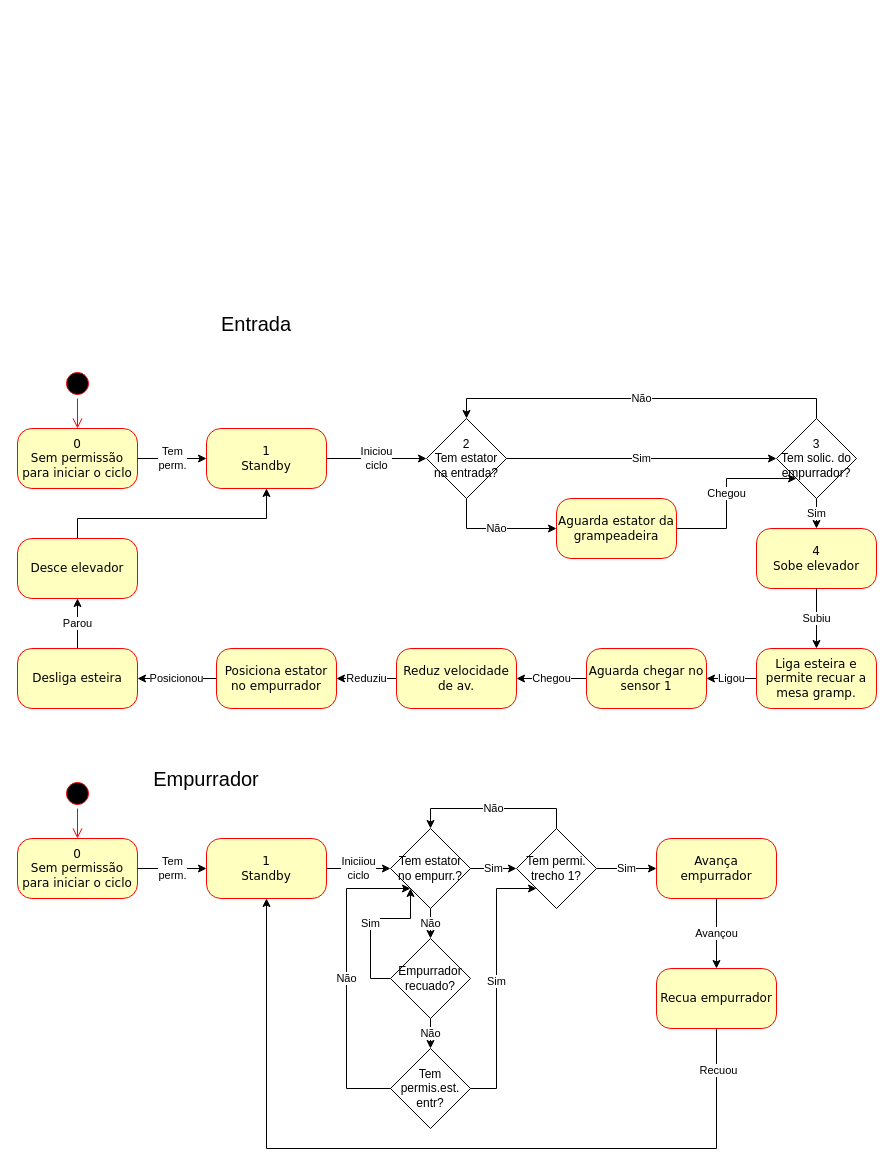
Earlier version of the draw.io diagram page "Esteira" (1 of 6) of M05765N01_GrampeadeiraG33.drawio (JonanMuller/WEGDiagrams). Source tidied: cells renumbered, new cells numbered last; positions are measured from the earlier drawing's top-left corner, leaving out a move shared by most shapes. Both pictures are drawn from the tidied source at 100%, with x=0, y=0 at pixel (17, 308).
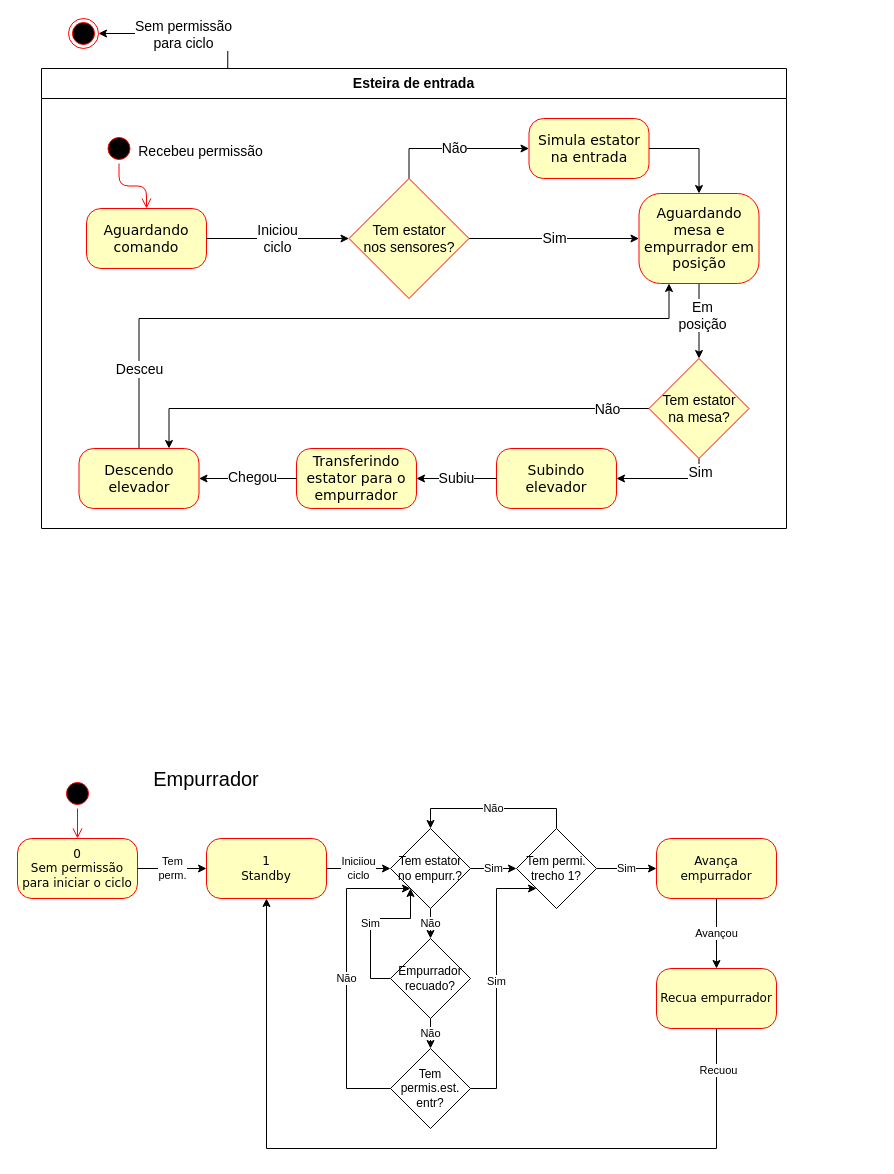
Above is the later version.

Change to the diagram source:
```diff
@@
-    <mxCell id="2" value="Entrada" style="text;html=1;strokeColor=none;fillColor=none;align=center;verticalAlign=middle;whiteSpace=wrap;rounded=0;fontSize=20;" parent="1" vertex="1">
-      <mxGeometry x="179" width="120" height="30" as="geometry" />
-    </mxCell>
-    <mxCell id="3" style="ellipse;html=1;shape=startState;fillColor=#000000;strokeColor=#ff0000;rounded=1;shadow=0;comic=0;labelBackgroundColor=none;fontFamily=Verdana;fontSize=12;fontColor=#000000;align=center;direction=south;" parent="1" vertex="1">
-      <mxGeometry x="45" y="60" width="30" height="30" as="geometry" />
-    </mxCell>
-    <mxCell id="4" value="0&lt;br&gt;Sem permissão para iniciar o ciclo" style="rounded=1;whiteSpace=wrap;html=1;arcSize=24;fillColor=#ffffc0;strokeColor=#ff0000;shadow=0;comic=0;labelBackgroundColor=none;fontFamily=Verdana;fontSize=12;fontColor=#000000;align=center;" parent="1" vertex="1">
-      <mxGeometry y="120" width="120" height="60" as="geometry" />
-    </mxCell>
-    <mxCell id="5" value="Iniciou&lt;br&gt;ciclo" style="edgeStyle=orthogonalEdgeStyle;rounded=0;jettySize=auto;html=1;exitX=1;exitY=0.5;exitDx=0;exitDy=0;entryX=0;entryY=0.5;entryDx=0;entryDy=0;" parent="1" edge="1" source="6" target="11">
-      <mxGeometry relative="1" as="geometry" />
-    </mxCell>
-    <mxCell id="6" value="1&lt;br&gt;Standby" style="rounded=1;whiteSpace=wrap;html=1;arcSize=24;fillColor=#ffffc0;strokeColor=#ff0000;shadow=0;comic=0;labelBackgroundColor=none;fontFamily=Verdana;fontSize=12;fontColor=#000000;align=center;" parent="1" vertex="1">
-      <mxGeometry x="189" y="120" width="120" height="60" as="geometry" />
-    </mxCell>
-    <mxCell id="7" value="Tem&lt;br&gt;perm." style="edgeStyle=orthogonalEdgeStyle;rounded=0;jettySize=auto;html=1;" parent="1" edge="1" source="4" target="6">
-      <mxGeometry relative="1" as="geometry" />
-    </mxCell>
-    <mxCell id="8" style="edgeStyle=orthogonalEdgeStyle;html=1;labelBackgroundColor=none;endArrow=open;endSize=8;strokeColor=#ff0000;fontFamily=Verdana;fontSize=12;align=left;entryX=0.5;entryY=0;entryDx=0;entryDy=0;" parent="1" edge="1" source="3" target="4">
-      <mxGeometry relative="1" as="geometry" />
-    </mxCell>
-    <mxCell id="9" value="Sim" style="edgeStyle=orthogonalEdgeStyle;rounded=0;jettySize=auto;html=1;" parent="1" edge="1" source="11" target="14">
-      <mxGeometry relative="1" as="geometry" />
-    </mxCell>
-    <mxCell id="10" value="Não" style="edgeStyle=orthogonalEdgeStyle;rounded=0;jettySize=auto;html=1;exitX=0.5;exitY=1;exitDx=0;exitDy=0;entryX=0;entryY=0.5;entryDx=0;entryDy=0;" parent="1" edge="1" source="11" target="24">
-      <mxGeometry relative="1" as="geometry" />
-    </mxCell>
-    <mxCell id="11" value="2&lt;br&gt;Tem estator na entrada?" style="rhombus;whiteSpace=wrap;html=1;" parent="1" vertex="1">
-      <mxGeometry x="409" y="110" width="80" height="80" as="geometry" />
-    </mxCell>
-    <mxCell id="12" value="Sim" style="edgeStyle=orthogonalEdgeStyle;rounded=0;jettySize=auto;html=1;exitX=0.5;exitY=1;exitDx=0;exitDy=0;" parent="1" edge="1" source="14" target="15">
-      <mxGeometry relative="1" as="geometry" />
-    </mxCell>
-    <mxCell id="13" value="Não" style="edgeStyle=orthogonalEdgeStyle;rounded=0;jettySize=auto;html=1;exitX=0.5;exitY=0;exitDx=0;exitDy=0;entryX=0.5;entryY=0;entryDx=0;entryDy=0;" parent="1" edge="1" source="14" target="11">
-      <mxGeometry relative="1" as="geometry" />
-    </mxCell>
-    <mxCell id="14" value="3&lt;br&gt;Tem solic. do&lt;br&gt;empurrador?" style="rhombus;whiteSpace=wrap;html=1;" parent="1" vertex="1">
-      <mxGeometry x="759" y="110" width="80" height="80" as="geometry" />
-    </mxCell>
-    <mxCell id="15" value="4&lt;br&gt;Sobe elevador" style="rounded=1;whiteSpace=wrap;html=1;arcSize=24;fillColor=#ffffc0;strokeColor=#ff0000;shadow=0;comic=0;labelBackgroundColor=none;fontFamily=Verdana;fontSize=12;fontColor=#000000;align=center;" parent="1" vertex="1">
-      <mxGeometry x="739" y="220" width="120" height="60" as="geometry" />
-    </mxCell>
-    <mxCell id="16" value="Subiu" style="edgeStyle=orthogonalEdgeStyle;rounded=0;jettySize=auto;html=1;entryX=0.5;entryY=0;entryDx=0;entryDy=0;exitX=0.5;exitY=1;exitDx=0;exitDy=0;" parent="1" edge="1" source="15" target="18">
-      <mxGeometry relative="1" as="geometry" />
-    </mxCell>
-    <mxCell id="17" value="Ligou" style="edgeStyle=orthogonalEdgeStyle;rounded=0;jettySize=auto;html=1;entryX=1;entryY=0.5;entryDx=0;entryDy=0;" parent="1" edge="1" source="18" target="28">
-      <mxGeometry relative="1" as="geometry" />
-    </mxCell>
-    <mxCell id="18" value="Liga esteira e permite recuar a mesa gramp." style="rounded=1;whiteSpace=wrap;html=1;arcSize=24;fillColor=#ffffc0;strokeColor=#ff0000;shadow=0;comic=0;labelBackgroundColor=none;fontFamily=Verdana;fontSize=12;fontColor=#000000;align=center;" parent="1" vertex="1">
-      <mxGeometry x="739" y="340" width="120" height="60" as="geometry" />
-    </mxCell>
-    <mxCell id="19" value="Parou" style="edgeStyle=orthogonalEdgeStyle;rounded=0;jettySize=auto;html=1;exitX=0.5;exitY=0;exitDx=0;exitDy=0;" parent="1" edge="1" source="20" target="22">
-      <mxGeometry relative="1" as="geometry" />
-    </mxCell>
-    <mxCell id="20" value="Desliga esteira" style="rounded=1;whiteSpace=wrap;html=1;arcSize=24;fillColor=#ffffc0;strokeColor=#ff0000;shadow=0;comic=0;labelBackgroundColor=none;fontFamily=Verdana;fontSize=12;fontColor=#000000;align=center;" parent="1" vertex="1">
-      <mxGeometry y="340" width="120" height="60" as="geometry" />
-    </mxCell>
-    <mxCell id="21" style="edgeStyle=orthogonalEdgeStyle;rounded=0;jettySize=auto;html=1;entryX=0.5;entryY=1;entryDx=0;entryDy=0;" parent="1" edge="1" source="22" target="6">
-      <mxGeometry relative="1" as="geometry">
-        <Array as="points">
-          <mxPoint x="60" y="210" />
-          <mxPoint x="249" y="210" />
-        </Array>
-      </mxGeometry>
-    </mxCell>
-    <mxCell id="22" value="Desce elevador" style="rounded=1;whiteSpace=wrap;html=1;arcSize=24;fillColor=#ffffc0;strokeColor=#ff0000;shadow=0;comic=0;labelBackgroundColor=none;fontFamily=Verdana;fontSize=12;fontColor=#000000;align=center;" parent="1" vertex="1">
-      <mxGeometry y="230" width="120" height="60" as="geometry" />
-    </mxCell>
-    <mxCell id="23" value="Chegou" style="edgeStyle=orthogonalEdgeStyle;rounded=0;jettySize=auto;html=1;exitX=1;exitY=0.5;exitDx=0;exitDy=0;entryX=0;entryY=1;entryDx=0;entryDy=0;" parent="1" edge="1" source="24" target="14">
-      <mxGeometry relative="1" as="geometry" />
-    </mxCell>
-    <mxCell id="24" value="Aguarda estator da grampeadeira" style="rounded=1;whiteSpace=wrap;html=1;arcSize=24;fillColor=#ffffc0;strokeColor=#ff0000;shadow=0;comic=0;labelBackgroundColor=none;fontFamily=Verdana;fontSize=12;fontColor=#000000;align=center;" parent="1" vertex="1">
-      <mxGeometry x="539" y="190" width="120" height="60" as="geometry" />
-    </mxCell>
-    <mxCell id="25" value="Reduziu" style="edgeStyle=orthogonalEdgeStyle;rounded=0;jettySize=auto;html=1;" parent="1" edge="1" source="26" target="30">
-      <mxGeometry relative="1" as="geometry" />
-    </mxCell>
-    <mxCell id="26" value="Reduz velocidade de av." style="rounded=1;whiteSpace=wrap;html=1;arcSize=24;fillColor=#ffffc0;strokeColor=#ff0000;shadow=0;comic=0;labelBackgroundColor=none;fontFamily=Verdana;fontSize=12;fontColor=#000000;align=center;" parent="1" vertex="1">
-      <mxGeometry x="379" y="340" width="120" height="60" as="geometry" />
-    </mxCell>
-    <mxCell id="27" value="Chegou" style="edgeStyle=orthogonalEdgeStyle;rounded=0;jettySize=auto;html=1;" parent="1" edge="1" source="28" target="26">
-      <mxGeometry relative="1" as="geometry" />
-    </mxCell>
-    <mxCell id="28" value="Aguarda chegar no sensor 1" style="rounded=1;whiteSpace=wrap;html=1;arcSize=24;fillColor=#ffffc0;strokeColor=#ff0000;shadow=0;comic=0;labelBackgroundColor=none;fontFamily=Verdana;fontSize=12;fontColor=#000000;align=center;" parent="1" vertex="1">
-      <mxGeometry x="569" y="340" width="120" height="60" as="geometry" />
-    </mxCell>
-    <mxCell id="29" value="Posicionou" style="edgeStyle=orthogonalEdgeStyle;rounded=0;jettySize=auto;html=1;" parent="1" edge="1" source="30" target="20">
-      <mxGeometry relative="1" as="geometry" />
-    </mxCell>
-    <mxCell id="30" value="Posiciona estator no empurrador" style="rounded=1;whiteSpace=wrap;html=1;arcSize=24;fillColor=#ffffc0;strokeColor=#ff0000;shadow=0;comic=0;labelBackgroundColor=none;fontFamily=Verdana;fontSize=12;fontColor=#000000;align=center;" parent="1" vertex="1">
-      <mxGeometry x="199" y="340" width="120" height="60" as="geometry" />
-    </mxCell>
@@
+    <mxCell id="55" value="&lt;font style=&quot;font-size: 14px;&quot;&gt;Esteira de entrada&lt;/font&gt;" style="swimlane;whiteSpace=wrap;html=1;startSize=30;" parent="1" vertex="1">
+      <mxGeometry x="24" y="-240" width="745" height="460" as="geometry" />
+    </mxCell>
+    <mxCell id="9" value="&lt;font style=&quot;font-size: 14px;&quot;&gt;Sim&lt;/font&gt;" style="edgeStyle=orthogonalEdgeStyle;rounded=0;jettySize=auto;html=1;exitX=1;exitY=0.5;exitDx=0;exitDy=0;entryX=0;entryY=0.5;entryDx=0;entryDy=0;" parent="55" edge="1" source="63" target="59">
+      <mxGeometry relative="1" as="geometry" />
+    </mxCell>
+    <mxCell id="10" value="&lt;font style=&quot;font-size: 14px;&quot;&gt;Não&lt;/font&gt;" style="edgeStyle=orthogonalEdgeStyle;rounded=0;jettySize=auto;html=1;exitX=0.5;exitY=0;exitDx=0;exitDy=0;entryX=0;entryY=0.5;entryDx=0;entryDy=0;" parent="55" edge="1" source="63" target="24">
+      <mxGeometry relative="1" as="geometry" />
+    </mxCell>
+    <mxCell id="24" value="&lt;font style=&quot;font-size: 14px;&quot;&gt;Simula estator na entrada&lt;/font&gt;" style="rounded=1;whiteSpace=wrap;html=1;arcSize=24;fillColor=#ffffc0;strokeColor=#ff0000;shadow=0;comic=0;labelBackgroundColor=none;fontFamily=Verdana;fontSize=12;fontColor=#000000;align=center;" parent="55" vertex="1">
+      <mxGeometry x="487.5" y="50" width="120" height="60" as="geometry" />
+    </mxCell>
+    <mxCell id="56" style="edgeStyle=orthogonalEdgeStyle;rounded=0;jettySize=auto;html=1;exitX=0.5;exitY=1;exitDx=0;exitDy=0;entryX=1;entryY=0.5;entryDx=0;entryDy=0;" parent="55" edge="1" source="69" target="15">
+      <mxGeometry relative="1" as="geometry" />
+    </mxCell>
+    <mxCell id="12" value="&lt;font style=&quot;font-size: 14px;&quot;&gt;Sim&lt;/font&gt;" style="edgeLabel;html=1;align=center;verticalAlign=middle;" parent="56" vertex="1">
+      <mxGeometry x="-0.75" y="1" relative="1" as="geometry" />
+    </mxCell>
+    <mxCell id="57" style="edgeStyle=orthogonalEdgeStyle;rounded=0;jettySize=auto;html=1;exitX=0.5;exitY=1;exitDx=0;exitDy=0;entryX=0.5;entryY=0;entryDx=0;entryDy=0;" parent="55" edge="1" source="59" target="69">
+      <mxGeometry relative="1" as="geometry" />
+    </mxCell>
+    <mxCell id="58" value="&lt;font style=&quot;font-size: 14px;&quot;&gt;Em&lt;/font&gt;&lt;div&gt;&lt;font style=&quot;font-size: 14px;&quot;&gt;posição&lt;/font&gt;&lt;/div&gt;" style="edgeLabel;html=1;align=center;verticalAlign=middle;" parent="57" vertex="1">
+      <mxGeometry x="-0.39" y="3" relative="1" as="geometry">
+        <mxPoint y="8" as="offset" />
+      </mxGeometry>
+    </mxCell>
+    <mxCell id="59" value="&lt;font style=&quot;font-size: 14px;&quot;&gt;Aguardando&lt;/font&gt;&lt;div&gt;&lt;span style=&quot;font-size: 14px;&quot;&gt;mesa e empurrador em posição&lt;/span&gt;&lt;/div&gt;" style="rounded=1;whiteSpace=wrap;html=1;arcSize=24;fillColor=#ffffc0;strokeColor=#ff0000;shadow=0;comic=0;labelBackgroundColor=none;fontFamily=Verdana;fontSize=12;fontColor=#000000;align=center;" parent="55" vertex="1">
+      <mxGeometry x="597.5" y="125" width="120" height="90" as="geometry" />
+    </mxCell>
+    <mxCell id="60" style="edgeStyle=orthogonalEdgeStyle;rounded=0;jettySize=auto;html=1;exitX=1;exitY=0.5;exitDx=0;exitDy=0;entryX=0.5;entryY=0;entryDx=0;entryDy=0;" parent="55" edge="1" source="24" target="59">
+      <mxGeometry relative="1" as="geometry" />
+    </mxCell>
+    <mxCell id="61" style="edgeStyle=orthogonalEdgeStyle;rounded=0;jettySize=auto;html=1;exitX=0.5;exitY=0;exitDx=0;exitDy=0;entryX=0.25;entryY=1;entryDx=0;entryDy=0;" parent="55" edge="1" source="64" target="59">
+      <mxGeometry relative="1" as="geometry">
+        <Array as="points">
+          <mxPoint x="98" y="250" />
+          <mxPoint x="628" y="250" />
+        </Array>
+      </mxGeometry>
+    </mxCell>
+    <mxCell id="62" value="&lt;font style=&quot;font-size: 14px;&quot;&gt;Desceu&lt;/font&gt;" style="edgeLabel;html=1;align=center;verticalAlign=middle;" parent="61" vertex="1">
+      <mxGeometry x="-0.54" y="-1" relative="1" as="geometry">
+        <mxPoint x="-30" y="49" as="offset" />
+      </mxGeometry>
+    </mxCell>
+    <mxCell id="3" style="ellipse;html=1;shape=startState;fillColor=#000000;strokeColor=#ff0000;rounded=1;shadow=0;comic=0;labelBackgroundColor=none;fontFamily=Verdana;fontSize=12;fontColor=#000000;align=center;direction=south;" parent="55" vertex="1">
+      <mxGeometry x="62.5" y="65" width="30" height="30" as="geometry" />
+    </mxCell>
+    <mxCell id="6" value="&lt;font style=&quot;font-size: 14px;&quot;&gt;Aguardando comando&lt;/font&gt;" style="rounded=1;whiteSpace=wrap;html=1;arcSize=24;fillColor=#ffffc0;strokeColor=#ff0000;shadow=0;comic=0;labelBackgroundColor=none;fontFamily=Verdana;fontSize=12;fontColor=#000000;align=center;" parent="55" vertex="1">
+      <mxGeometry x="45" y="140" width="120" height="60" as="geometry" />
+    </mxCell>
+    <mxCell id="8" style="edgeStyle=orthogonalEdgeStyle;html=1;labelBackgroundColor=none;endArrow=open;endSize=8;strokeColor=#ff0000;fontFamily=Verdana;fontSize=12;align=left;entryX=0.5;entryY=0;entryDx=0;entryDy=0;" parent="55" edge="1" source="3" target="6">
+      <mxGeometry relative="1" as="geometry" />
+    </mxCell>
+    <mxCell id="63" value="&lt;font style=&quot;font-size: 14px;&quot;&gt;Tem estator&lt;/font&gt;&lt;div&gt;&lt;font style=&quot;font-size: 14px;&quot;&gt;nos sensores?&lt;/font&gt;&lt;/div&gt;" style="rhombus;whiteSpace=wrap;html=1;fontColor=#000000;fillColor=#ffffc0;strokeColor=#ff0000;" parent="55" vertex="1">
+      <mxGeometry x="307.5" y="110" width="120" height="120" as="geometry" />
+    </mxCell>
+    <mxCell id="5" value="&lt;font style=&quot;font-size: 14px;&quot;&gt;Iniciou&lt;br&gt;ciclo&lt;/font&gt;" style="edgeStyle=orthogonalEdgeStyle;rounded=0;jettySize=auto;html=1;exitX=1;exitY=0.5;exitDx=0;exitDy=0;entryX=0;entryY=0.5;entryDx=0;entryDy=0;" parent="55" edge="1" source="6" target="63">
+      <mxGeometry relative="1" as="geometry" />
+    </mxCell>
+    <mxCell id="15" value="&lt;font style=&quot;font-size: 14px;&quot;&gt;Subindo elevador&lt;/font&gt;" style="rounded=1;whiteSpace=wrap;html=1;arcSize=24;fillColor=#ffffc0;strokeColor=#ff0000;shadow=0;comic=0;labelBackgroundColor=none;fontFamily=Verdana;fontSize=12;fontColor=#000000;align=center;" parent="55" vertex="1">
+      <mxGeometry x="455" y="380" width="120" height="60" as="geometry" />
+    </mxCell>
+    <mxCell id="18" value="&lt;font style=&quot;font-size: 14px;&quot;&gt;Transferindo estator para o empurrador&lt;/font&gt;" style="rounded=1;whiteSpace=wrap;html=1;arcSize=24;fillColor=#ffffc0;strokeColor=#ff0000;shadow=0;comic=0;labelBackgroundColor=none;fontFamily=Verdana;fontSize=12;fontColor=#000000;align=center;" parent="55" vertex="1">
+      <mxGeometry x="255" y="380" width="120" height="60" as="geometry" />
+    </mxCell>
+    <mxCell id="16" value="&lt;font style=&quot;font-size: 14px;&quot;&gt;Subiu&lt;/font&gt;" style="edgeStyle=orthogonalEdgeStyle;rounded=0;jettySize=auto;html=1;entryX=1;entryY=0.5;entryDx=0;entryDy=0;exitX=0;exitY=0.5;exitDx=0;exitDy=0;" parent="55" edge="1" source="15" target="18">
+      <mxGeometry relative="1" as="geometry" />
+    </mxCell>
+    <mxCell id="64" value="&lt;font style=&quot;font-size: 14px;&quot;&gt;Descendo elevador&lt;/font&gt;" style="rounded=1;whiteSpace=wrap;html=1;arcSize=24;fillColor=#ffffc0;strokeColor=#ff0000;shadow=0;comic=0;labelBackgroundColor=none;fontFamily=Verdana;fontSize=12;fontColor=#000000;align=center;" parent="55" vertex="1">
+      <mxGeometry x="37.5" y="380" width="120" height="60" as="geometry" />
+    </mxCell>
+    <mxCell id="65" style="edgeStyle=orthogonalEdgeStyle;rounded=0;jettySize=auto;html=1;" parent="55" edge="1" source="18" target="64">
+      <mxGeometry relative="1" as="geometry" />
+    </mxCell>
+    <mxCell id="66" value="&lt;span style=&quot;font-size: 14px;&quot;&gt;Chegou&lt;/span&gt;" style="edgeLabel;html=1;align=center;verticalAlign=middle;" parent="65" vertex="1">
+      <mxGeometry x="0.12" y="-2" relative="1" as="geometry">
+        <mxPoint x="10" as="offset" />
+      </mxGeometry>
+    </mxCell>
+    <mxCell id="67" value="&lt;span style=&quot;font-size: 14px;&quot;&gt;Recebeu permissão&lt;/span&gt;" style="edgeLabel;html=1;align=center;verticalAlign=middle;" parent="55" vertex="1">
+      <mxGeometry x="165" y="80" as="geometry">
+        <mxPoint x="-7" y="2" as="offset" />
+      </mxGeometry>
+    </mxCell>
+    <mxCell id="68" style="edgeStyle=orthogonalEdgeStyle;rounded=0;jettySize=auto;html=1;exitX=0;exitY=0.5;exitDx=0;exitDy=0;entryX=0.75;entryY=0;entryDx=0;entryDy=0;" parent="55" edge="1" source="69" target="64">
+      <mxGeometry relative="1" as="geometry" />
+    </mxCell>
+    <mxCell id="13" value="&lt;font style=&quot;font-size: 14px;&quot;&gt;Não&lt;/font&gt;" style="edgeLabel;html=1;align=center;verticalAlign=middle;" parent="68" vertex="1">
+      <mxGeometry x="-0.84" relative="1" as="geometry" />
+    </mxCell>
+    <mxCell id="69" value="&lt;span style=&quot;font-size: 14px;&quot;&gt;Tem estator&lt;/span&gt;&lt;div&gt;&lt;span style=&quot;font-size: 14px;&quot;&gt;na mesa?&lt;/span&gt;&lt;/div&gt;" style="rhombus;whiteSpace=wrap;html=1;fontColor=#000000;fillColor=#ffffc0;strokeColor=#ff0000;" parent="55" vertex="1">
+      <mxGeometry x="607.5" y="290" width="100" height="100" as="geometry" />
+    </mxCell>
+    <mxCell id="70" style="edgeStyle=orthogonalEdgeStyle;rounded=0;jettySize=auto;html=1;exitX=0.25;exitY=0;exitDx=0;exitDy=0;entryX=1;entryY=0.5;entryDx=0;entryDy=0;" parent="1" edge="1" source="55" target="72">
+      <mxGeometry relative="1" as="geometry" />
+    </mxCell>
+    <mxCell id="71" value="&lt;font style=&quot;font-size: 14px;&quot;&gt;Sem permissão&lt;/font&gt;&lt;div&gt;&lt;font style=&quot;font-size: 14px;&quot;&gt;para ciclo&lt;/font&gt;&lt;/div&gt;" style="edgeLabel;html=1;align=center;verticalAlign=middle;" parent="70" vertex="1">
+      <mxGeometry x="0.55" y="2" relative="1" as="geometry">
+        <mxPoint x="47" y="-2" as="offset" />
+      </mxGeometry>
+    </mxCell>
+    <mxCell id="72" style="ellipse;html=1;shape=endState;fillColor=#000000;strokeColor=#ff0000;" parent="1" vertex="1">
+      <mxGeometry x="51" y="-290" width="30" height="30" as="geometry" />
+    </mxCell>
```
